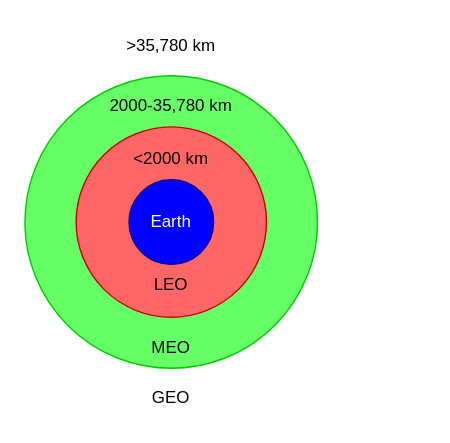
The draw.io diagram Figures/introduction/orbits.drawio in Mikkelnn/ESD6-Project, before the edit. Source tidied: cells renumbered, new cells numbered last; positions are measured from the earlier drawing's top-left corner, leaving out a move shared by most shapes. Both pictures are drawn from the tidied source at 141%, with x=0, y=0 at pixel (24, 24).
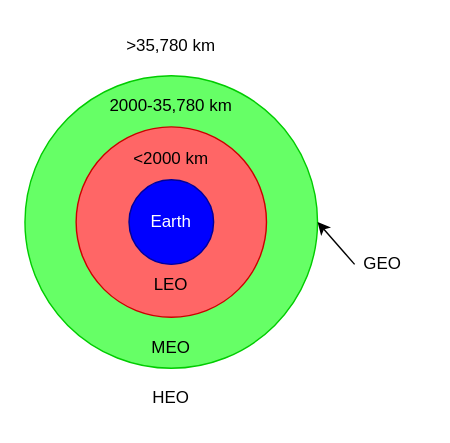
The same diagram, later.

Diff of the diagram source:
```diff
@@
 <mxGraphModel>
   <root>
     <mxCell id="0" />
     <mxCell id="1" parent="0" />
     <mxCell id="2" style="ellipse;whiteSpace=wrap;html=1;fillColor=#66FF66;strokeColor=#00CC00;" parent="1" vertex="1">
       <mxGeometry x="0.2" y="36.2" width="207.5" height="207.5" as="geometry" />
     </mxCell>
     <mxCell id="3" style="ellipse;whiteSpace=wrap;html=1;strokeColor=#CC0000;fillColor=#FF6666;" parent="1" vertex="1">
       <mxGeometry x="36.5" y="72.5" width="135" height="135" as="geometry" />
     </mxCell>
     <mxCell id="4" style="ellipse;whiteSpace=wrap;html=1;fillColor=#0000FF;strokeColor=#000099;" parent="1" vertex="1">
       <mxGeometry x="74" y="110" width="60" height="60" as="geometry" />
     </mxCell>
     <mxCell id="5" value="Earth" style="text;html=1;align=center;verticalAlign=middle;whiteSpace=wrap;rounded=0;fontColor=#FFFFFF;" parent="1" vertex="1">
       <mxGeometry x="74" y="125" width="60" height="30" as="geometry" />
     </mxCell>
     <mxCell id="6" value="LEO" style="text;html=1;align=center;verticalAlign=middle;whiteSpace=wrap;rounded=0;" parent="1" vertex="1">
       <mxGeometry x="74" y="170" width="60" height="30" as="geometry" />
     </mxCell>
     <mxCell id="7" value="&amp;lt;2000 km" style="text;html=1;align=center;verticalAlign=middle;whiteSpace=wrap;rounded=0;" parent="1" vertex="1">
       <mxGeometry x="74" y="80" width="60" height="30" as="geometry" />
     </mxCell>
     <mxCell id="8" value="MEO" style="text;html=1;align=center;verticalAlign=middle;whiteSpace=wrap;rounded=0;" parent="1" vertex="1">
       <mxGeometry x="74" y="214" width="60" height="30" as="geometry" />
     </mxCell>
     <mxCell id="9" value="2000-35,780 km" style="text;html=1;align=center;verticalAlign=middle;whiteSpace=wrap;rounded=0;" parent="1" vertex="1">
       <mxGeometry x="59" y="42.5" width="90" height="30" as="geometry" />
     </mxCell>
-    <mxCell id="10" value="GEO" style="text;html=1;align=center;verticalAlign=middle;whiteSpace=wrap;rounded=0;" parent="1" vertex="1">
+    <mxCell id="10" value="HEO" style="text;html=1;align=center;verticalAlign=middle;whiteSpace=wrap;rounded=0;" parent="1" vertex="1">
       <mxGeometry x="74" y="250" width="60" height="30" as="geometry" />
     </mxCell>
     <mxCell id="11" value="&amp;gt;35,780 km" style="text;html=1;align=center;verticalAlign=middle;whiteSpace=wrap;rounded=0;" parent="1" vertex="1">
       <mxGeometry x="69" width="70" height="30" as="geometry" />
     </mxCell>
+    <mxCell id="12" value="GEO" style="text;html=1;align=center;verticalAlign=middle;whiteSpace=wrap;rounded=0;" parent="1" vertex="1">
+      <mxGeometry x="224" y="155" width="60" height="30" as="geometry" />
+    </mxCell>
+    <mxCell id="13" style="endArrow=classic;html=1;rounded=0;entryX=1;entryY=0.5;entryDx=0;entryDy=0;" parent="1" edge="1" target="2">
+      <mxGeometry relative="1" as="geometry">
+        <mxPoint x="234" y="170" as="sourcePoint" />
+      </mxGeometry>
+    </mxCell>
   </root>
 </mxGraphModel>
```
